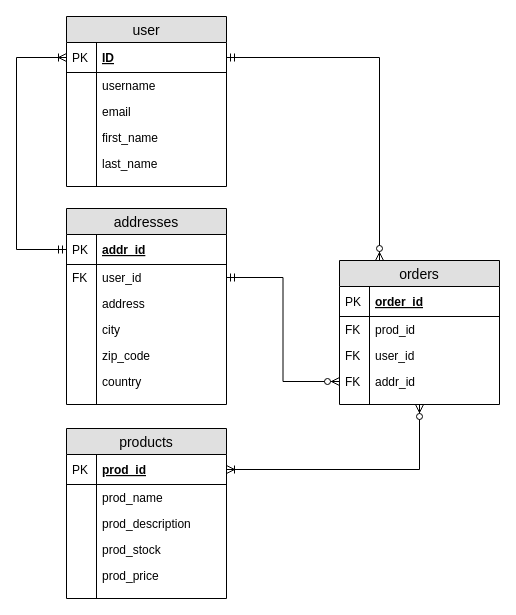
MercantecData/portfolio-shiome80 keeps this draw.io diagram as 2019-11-25 SQL assignment/Entity Relation Diagram.drawio. Above is the earlier version. Source tidied: cells renumbered, new cells numbered last; positions are measured from the earlier drawing's top-left corner, leaving out a move shared by most shapes. Both pictures are drawn from the tidied source at 100%, with x=0, y=0 at pixel (16, 16).
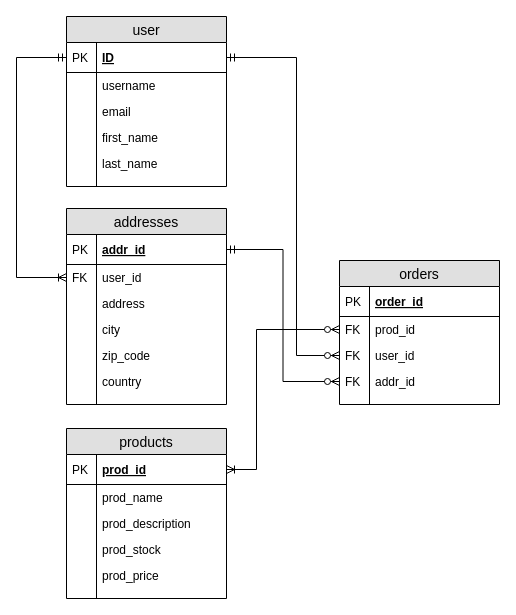
After the change.

Commit message (it also covers changes not shown here):
VIEW Assignments

10 without JOIN
6 with JOIN

The change refers to these unchanged cells:
```xml
<mxCell id="3" value="ID" style="shape=partialRectangle;top=0;left=0;right=0;bottom=1;align=left;verticalAlign=middle;fillColor=none;spacingLeft=34;spacingRight=4;overflow=hidden;points=[[0,0.5],[1,0.5]];portConstraint=eastwest;fontStyle=5;fontSize=12;" parent="2" vertex="1">
  <mxGeometry y="26" width="160" height="30" as="geometry" />
</mxCell>
<mxCell id="16" value="prod_id" style="shape=partialRectangle;top=0;left=0;right=0;bottom=1;align=left;verticalAlign=middle;fillColor=none;spacingLeft=34;spacingRight=4;overflow=hidden;points=[[0,0.5],[1,0.5]];portConstraint=eastwest;fontStyle=5;fontSize=12;" parent="15" vertex="1">
  <mxGeometry y="26" width="160" height="30" as="geometry" />
</mxCell>
<mxCell id="29" value="addr_id" style="shape=partialRectangle;top=0;left=0;right=0;bottom=1;align=left;verticalAlign=middle;fillColor=none;spacingLeft=34;spacingRight=4;overflow=hidden;points=[[0,0.5],[1,0.5]];portConstraint=eastwest;fontStyle=5;fontSize=12;" parent="28" vertex="1">
  <mxGeometry y="26" width="160" height="30" as="geometry" />
</mxCell>
<mxCell id="31" value="user_id" style="shape=partialRectangle;top=0;left=0;right=0;bottom=0;align=left;verticalAlign=top;fillColor=none;spacingLeft=34;spacingRight=4;overflow=hidden;points=[[0,0.5],[1,0.5]];portConstraint=eastwest;fontSize=12;" parent="28" vertex="1">
  <mxGeometry y="56" width="160" height="26" as="geometry" />
</mxCell>
<mxCell id="43" value="orders" style="swimlane;fontStyle=0;horizontal=1;startSize=26;fillColor=#e0e0e0;swimlaneFillColor=#ffffff;align=center;fontSize=14;swimlaneLine=1;glass=0;shadow=0;" parent="1" vertex="1">
  <mxGeometry x="323" y="244" width="160" height="144" as="geometry" />
</mxCell>
<mxCell id="46" value="prod_id" style="shape=partialRectangle;top=0;left=0;right=0;bottom=0;align=left;verticalAlign=top;fillColor=none;spacingLeft=34;spacingRight=4;overflow=hidden;points=[[0,0.5],[1,0.5]];portConstraint=eastwest;fontSize=12;" parent="43" vertex="1">
  <mxGeometry y="56" width="160" height="26" as="geometry" />
</mxCell>
<mxCell id="48" value="user_id" style="shape=partialRectangle;top=0;left=0;right=0;bottom=0;align=left;verticalAlign=top;fillColor=none;spacingLeft=34;spacingRight=4;overflow=hidden;points=[[0,0.5],[1,0.5]];portConstraint=eastwest;fontSize=12;" parent="43" vertex="1">
  <mxGeometry y="82" width="160" height="26" as="geometry" />
</mxCell>
<mxCell id="50" value="addr_id" style="shape=partialRectangle;top=0;left=0;right=0;bottom=0;align=left;verticalAlign=top;fillColor=none;spacingLeft=34;spacingRight=4;overflow=hidden;points=[[0,0.5],[1,0.5]];portConstraint=eastwest;fontSize=12;" parent="43" vertex="1">
  <mxGeometry y="108" width="160" height="26" as="geometry" />
</mxCell>
```

What changed in the source:
```diff
@@
-    <mxCell id="54" style="edgeStyle=orthogonalEdgeStyle;rounded=0;jettySize=auto;html=1;exitX=1;exitY=0.5;exitDx=0;exitDy=0;endArrow=ERzeroToMany;endFill=1;startArrow=ERoneToMany;startFill=0;" parent="1" edge="1" source="16" target="43">
-      <mxGeometry relative="1" as="geometry" />
+    <mxCell id="54" style="edgeStyle=orthogonalEdgeStyle;rounded=0;jettySize=auto;html=1;exitX=1;exitY=0.5;exitDx=0;exitDy=0;endArrow=ERzeroToMany;endFill=1;startArrow=ERoneToMany;startFill=0;entryX=0;entryY=0.5;entryDx=0;entryDy=0;" parent="1" edge="1" source="16" target="46">
+      <mxGeometry relative="1" as="geometry">
+        <Array as="points">
+          <mxPoint x="240" y="453" />
+          <mxPoint x="240" y="313" />
+        </Array>
+      </mxGeometry>
     </mxCell>
-    <mxCell id="55" style="edgeStyle=orthogonalEdgeStyle;rounded=0;jettySize=auto;html=1;exitX=1;exitY=0.5;exitDx=0;exitDy=0;entryX=0.25;entryY=0;entryDx=0;entryDy=0;startArrow=ERmandOne;startFill=0;endArrow=ERzeroToMany;endFill=1;" parent="1" edge="1" source="3" target="43">
-      <mxGeometry relative="1" as="geometry" />
+    <mxCell id="55" style="edgeStyle=orthogonalEdgeStyle;rounded=0;jettySize=auto;html=1;exitX=1;exitY=0.5;exitDx=0;exitDy=0;entryX=0;entryY=0.5;entryDx=0;entryDy=0;startArrow=ERmandOne;startFill=0;endArrow=ERzeroToMany;endFill=1;" parent="1" edge="1" source="3" target="48">
+      <mxGeometry relative="1" as="geometry">
+        <Array as="points">
+          <mxPoint x="280" y="41" />
+          <mxPoint x="280" y="339" />
+        </Array>
+      </mxGeometry>
     </mxCell>
-    <mxCell id="56" style="edgeStyle=orthogonalEdgeStyle;rounded=0;jettySize=auto;html=1;exitX=0;exitY=0.5;exitDx=0;exitDy=0;entryX=0;entryY=0.5;entryDx=0;entryDy=0;startArrow=ERmandOne;startFill=0;endArrow=ERoneToMany;endFill=0;" parent="1" edge="1" source="29" target="3">
-      <mxGeometry relative="1" as="geometry">
-        <Array as="points">
-          <mxPoint y="233" />
-          <mxPoint y="41" />
-        </Array>
-      </mxGeometry>
-    </mxCell>
-    <mxCell id="57" style="edgeStyle=orthogonalEdgeStyle;rounded=0;jettySize=auto;html=1;exitX=1;exitY=0.5;exitDx=0;exitDy=0;entryX=0;entryY=0.5;entryDx=0;entryDy=0;startArrow=ERmandOne;startFill=0;endArrow=ERzeroToMany;endFill=1;" parent="1" edge="1" source="31" target="50">
+    <mxCell id="57" style="edgeStyle=orthogonalEdgeStyle;rounded=0;jettySize=auto;html=1;exitX=1;exitY=0.5;exitDx=0;exitDy=0;entryX=0;entryY=0.5;entryDx=0;entryDy=0;startArrow=ERmandOne;startFill=0;endArrow=ERzeroToMany;endFill=1;" parent="1" edge="1" source="29" target="50">
       <mxGeometry relative="1" as="geometry" />
     </mxCell>
+    <mxCell id="58" style="edgeStyle=orthogonalEdgeStyle;rounded=0;jettySize=auto;html=1;exitX=0;exitY=0.5;exitDx=0;exitDy=0;entryX=0;entryY=0.5;entryDx=0;entryDy=0;startArrow=ERmandOne;startFill=0;endArrow=ERoneToMany;endFill=0;" parent="1" edge="1" source="3" target="31">
+      <mxGeometry relative="1" as="geometry">
+        <Array as="points">
+          <mxPoint y="41" />
+          <mxPoint y="261" />
+        </Array>
+      </mxGeometry>
+    </mxCell>
```
